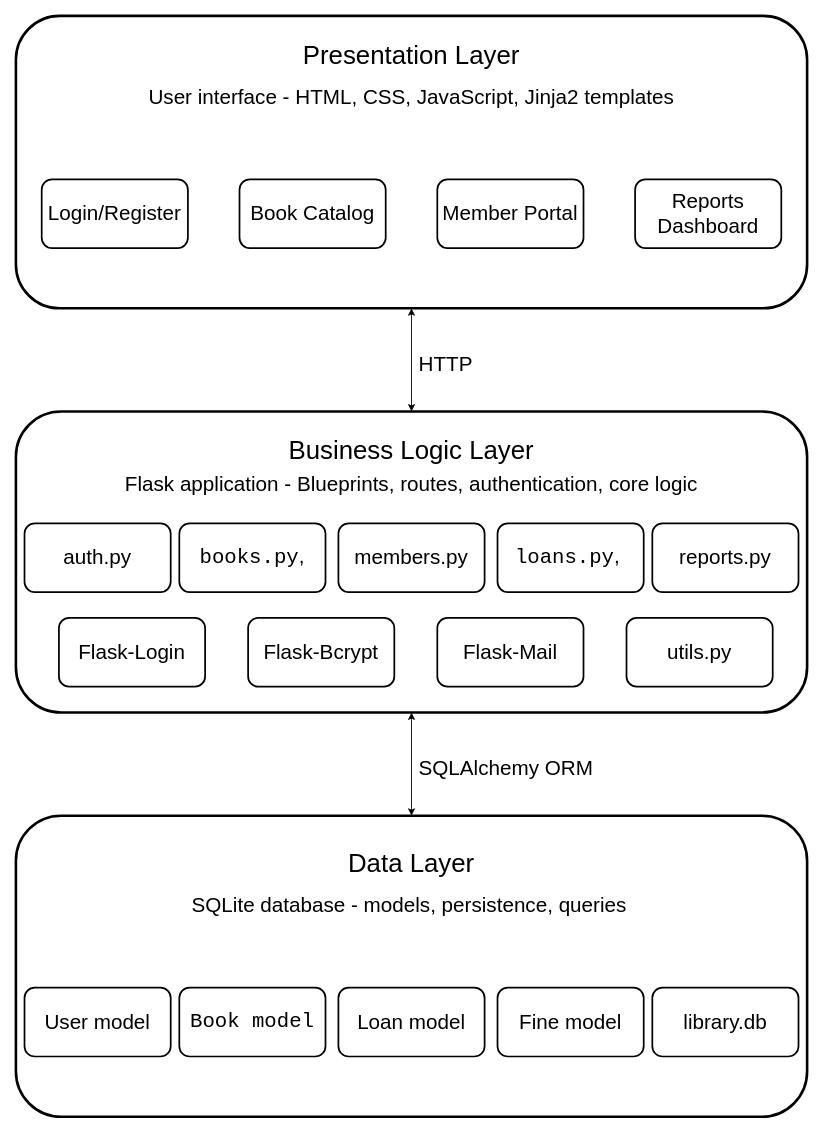
The draw.io diagram docs/diagrams/architecture_diagram.drawio in Amasha2004/library-management-system, before the edit. Source tidied: cells renumbered, new cells numbered last; positions are measured from the earlier drawing's top-left corner, leaving out a move shared by most shapes. Both pictures are drawn from the tidied source at 86%, with x=0, y=0 at pixel (15, 15).
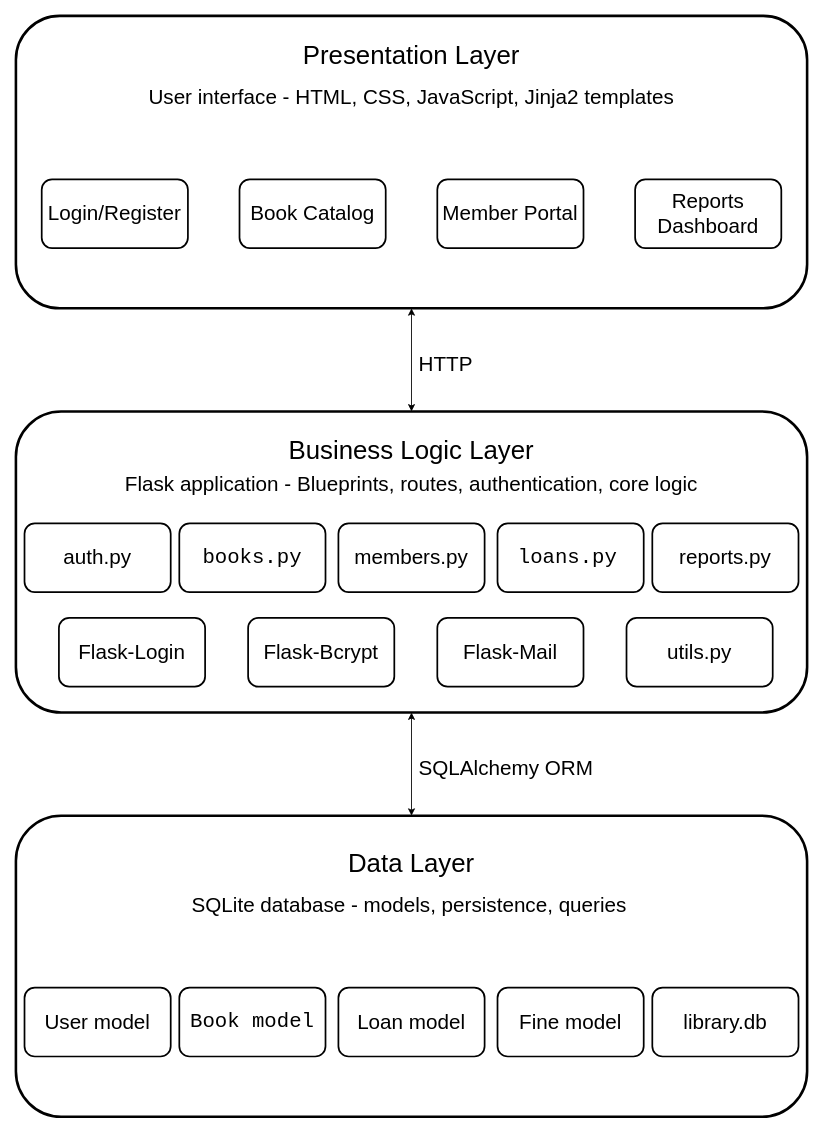
The same diagram, later.

Commit message (it also covers changes not shown here):
Add final changed architecture diagram

Unchanged cells that the change refers to:
```xml
<mxCell id="10" style="group;" parent="1" vertex="1">
  <mxGeometry y="460" width="920" height="350" as="geometry" />
</mxCell>
```

The edit, as a diff of the source:
```diff
@@
-    <mxCell id="16" value="&lt;font style=&quot;font-size: 24px;&quot;&gt;&lt;code class=&quot;bg-text-200/5 border border-0.5 border-border-300 text-danger-000 whitespace-pre-wrap rounded-[0.4rem] px-1 py-px text-[0.9rem]&quot;&gt;loans.py&lt;/code&gt;,&amp;nbsp;&lt;/font&gt;" style="rounded=1;whiteSpace=wrap;html=1;strokeWidth=2;" parent="10" vertex="1">
+    <mxCell id="16" value="&lt;font style=&quot;font-size: 24px;&quot;&gt;&lt;code class=&quot;bg-text-200/5 border border-0.5 border-border-300 text-danger-000 whitespace-pre-wrap rounded-[0.4rem] px-1 py-px text-[0.9rem]&quot;&gt;loans.py&lt;/code&gt;&amp;nbsp;&lt;/font&gt;" style="rounded=1;whiteSpace=wrap;html=1;strokeWidth=2;" parent="10" vertex="1">
       <mxGeometry x="560" y="130" width="170" height="80" as="geometry" />
     </mxCell>
-    <mxCell id="17" value="&lt;font style=&quot;font-size: 24px;&quot;&gt;&lt;code class=&quot;bg-text-200/5 border border-0.5 border-border-300 text-danger-000 whitespace-pre-wrap rounded-[0.4rem] px-1 py-px text-[0.9rem]&quot;&gt;books.py&lt;/code&gt;,&lt;/font&gt;" style="rounded=1;whiteSpace=wrap;html=1;strokeWidth=2;" parent="10" vertex="1">
+    <mxCell id="17" value="&lt;font style=&quot;font-size: 24px;&quot;&gt;&lt;code class=&quot;bg-text-200/5 border border-0.5 border-border-300 text-danger-000 whitespace-pre-wrap rounded-[0.4rem] px-1 py-px text-[0.9rem]&quot;&gt;books.py&lt;/code&gt;&lt;/font&gt;" style="rounded=1;whiteSpace=wrap;html=1;strokeWidth=2;" parent="10" vertex="1">
       <mxGeometry x="190" y="130" width="170" height="80" as="geometry" />
     </mxCell>
```
